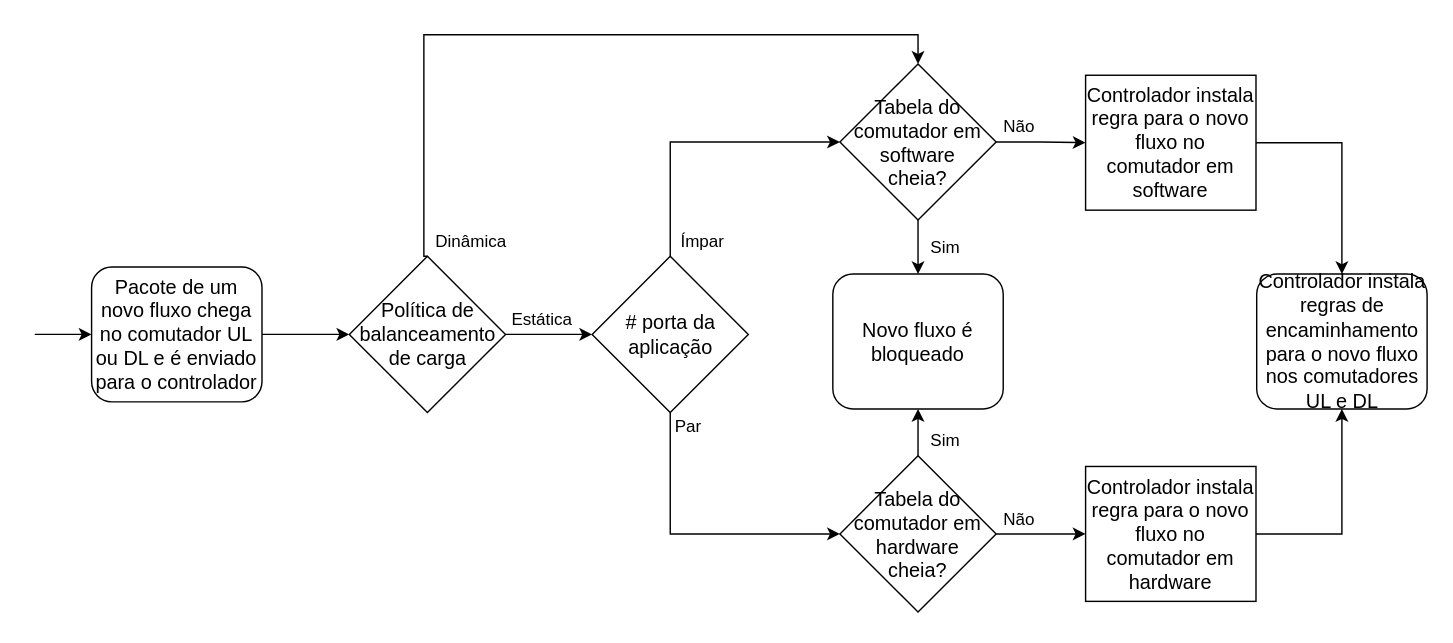
Before: Scripts/Fluxogramas/fluxoPoliticas.drawio in pedrobellotti/iperftestes, a draw.io diagram. Source tidied: cells renumbered, new cells numbered last; positions are measured from the earlier drawing's top-left corner, leaving out a move shared by most shapes. Both pictures are drawn from the tidied source at 142%, with x=0, y=0 at pixel (34, 34).
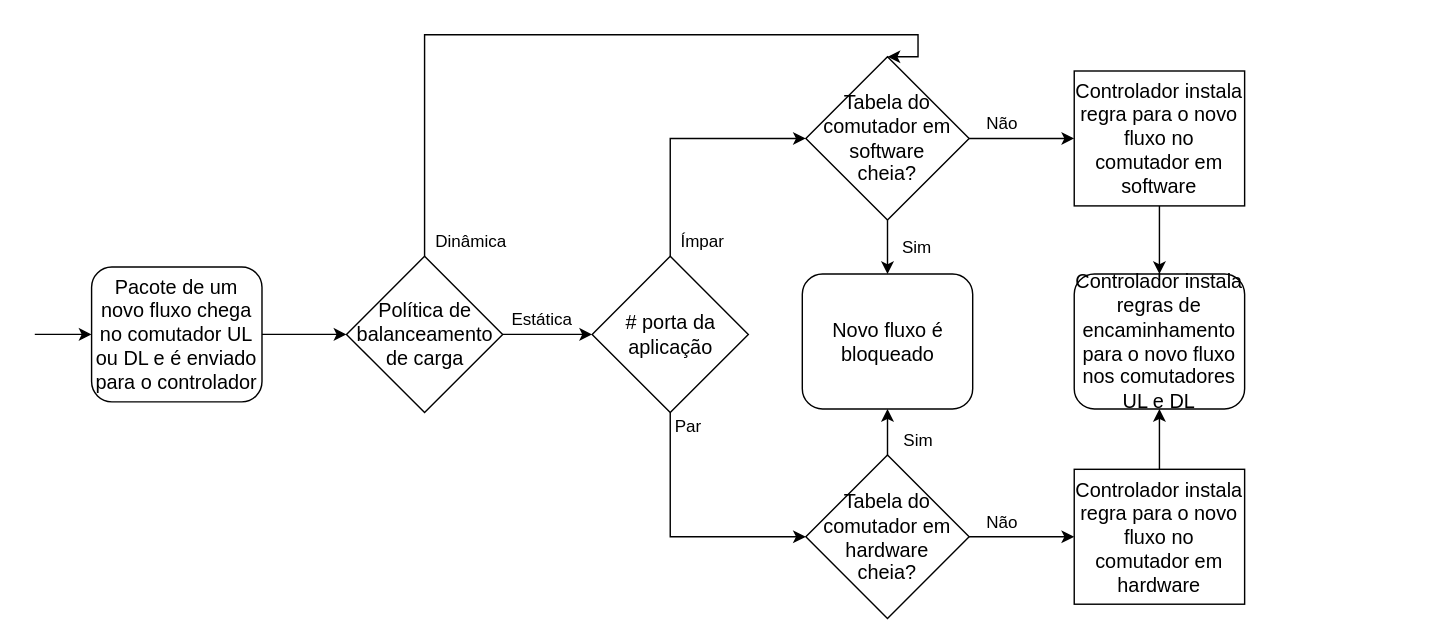
After the change.

Diff of the diagram source:
```diff
@@
     <mxCell id="6" value="&lt;div style=&quot;font-size: 14px&quot;&gt;&lt;font style=&quot;font-size: 14px&quot;&gt;Tabela do comutador em hardware &lt;br&gt;&lt;/font&gt;&lt;/div&gt;&lt;div style=&quot;font-size: 14px&quot;&gt;&lt;font style=&quot;font-size: 14px&quot;&gt;cheia?&lt;/font&gt;&lt;/div&gt;" style="rhombus;whiteSpace=wrap;html=1;direction=east;" parent="1" vertex="1">
-      <mxGeometry x="567" y="296.5" width="110" height="110" as="geometry" />
+      <mxGeometry x="543" y="296" width="115" height="115" as="geometry" />
     </mxCell>
@@
     <mxCell id="9" value="&lt;font style=&quot;font-size: 14px&quot;&gt;Novo fluxo é bloqueado&lt;/font&gt;" style="rounded=1;whiteSpace=wrap;html=1;direction=east;" parent="1" vertex="1">
-      <mxGeometry x="562" y="168.5" width="120" height="95" as="geometry" />
+      <mxGeometry x="540.5" y="168.5" width="120" height="95" as="geometry" />
     </mxCell>
-    <mxCell id="10" style="edgeStyle=orthogonalEdgeStyle;rounded=0;jettySize=auto;html=1;exitX=1;exitY=0.5;exitDx=0;exitDy=0;entryX=0.5;entryY=1;entryDx=0;entryDy=0;fillColor=#000000;" parent="1" edge="1" source="11" target="12">
+    <mxCell id="10" style="edgeStyle=orthogonalEdgeStyle;rounded=0;jettySize=auto;html=1;exitX=0.5;exitY=0;exitDx=0;exitDy=0;entryX=0.5;entryY=1;entryDx=0;entryDy=0;" parent="1" edge="1" source="11" target="12">
       <mxGeometry relative="1" as="geometry" />
     </mxCell>
     <mxCell id="11" value="&lt;font style=&quot;font-size: 14px&quot;&gt;Controlador instala regra para o novo fluxo no comutador em hardware&lt;/font&gt;" style="rounded=0;whiteSpace=wrap;html=1;direction=east;" parent="1" vertex="1">
-      <mxGeometry x="740" y="304" width="120" height="95" as="geometry" />
+      <mxGeometry x="732" y="306" width="120" height="95" as="geometry" />
     </mxCell>
     <mxCell id="12" value="&lt;font style=&quot;font-size: 14px&quot;&gt;Controlador instala regras de encaminhamento para o novo fluxo&lt;br&gt;nos comutadores&lt;br&gt;UL e DL&lt;/font&gt;" style="rounded=1;whiteSpace=wrap;html=1;direction=east;" parent="1" vertex="1">
-      <mxGeometry x="860.5" y="168.5" width="120" height="95" as="geometry" />
+      <mxGeometry x="732" y="168.5" width="120" height="95" as="geometry" />
     </mxCell>
     <mxCell id="13" value="Sim" style="text;html=1;align=center;verticalAlign=middle;" parent="1" vertex="1">
-      <mxGeometry x="620.5" y="276" width="40" height="20" as="geometry" />
+      <mxGeometry x="601.5" y="276" width="40" height="20" as="geometry" />
     </mxCell>
     <mxCell id="14" value="Não" style="text;html=1;align=center;verticalAlign=middle;" parent="1" vertex="1">
-      <mxGeometry x="673" y="331.5" width="40" height="20" as="geometry" />
+      <mxGeometry x="660.5" y="333.5" width="40" height="20" as="geometry" />
     </mxCell>
@@
     <mxCell id="17" value="&lt;div style=&quot;font-size: 14px&quot;&gt;&lt;font style=&quot;font-size: 14px&quot;&gt;Tabela do comutador em software&lt;br&gt;&lt;/font&gt;&lt;/div&gt;&lt;div style=&quot;font-size: 14px&quot;&gt;&lt;font style=&quot;font-size: 14px&quot;&gt;cheia?&lt;/font&gt;&lt;/div&gt;" style="rhombus;whiteSpace=wrap;html=1;direction=east;" parent="1" vertex="1">
-      <mxGeometry x="567" y="20.5" width="110" height="110" as="geometry" />
+      <mxGeometry x="543" y="15.5" width="115" height="115" as="geometry" />
     </mxCell>
     <mxCell id="18" value="Sim" style="text;html=1;align=center;verticalAlign=middle;" parent="1" vertex="1">
-      <mxGeometry x="620.5" y="139.5" width="40" height="20" as="geometry" />
+      <mxGeometry x="600.5" y="139.5" width="40" height="20" as="geometry" />
     </mxCell>
-    <mxCell id="19" style="edgeStyle=orthogonalEdgeStyle;rounded=0;jettySize=auto;html=1;exitX=1;exitY=0.5;exitDx=0;exitDy=0;entryX=0.5;entryY=0;entryDx=0;entryDy=0;fillColor=#000000;" parent="1" edge="1" source="20" target="12">
+    <mxCell id="19" style="edgeStyle=orthogonalEdgeStyle;rounded=0;jettySize=auto;html=1;exitX=0.5;exitY=1;exitDx=0;exitDy=0;entryX=0.5;entryY=0;entryDx=0;entryDy=0;" parent="1" edge="1" source="20" target="12">
       <mxGeometry relative="1" as="geometry" />
     </mxCell>
     <mxCell id="20" value="&lt;font style=&quot;font-size: 14px&quot;&gt;Controlador instala regra para o novo fluxo no comutador em software&lt;/font&gt;" style="rounded=0;whiteSpace=wrap;html=1;direction=east;" parent="1" vertex="1">
-      <mxGeometry x="740" y="28.5" width="120" height="95" as="geometry" />
+      <mxGeometry x="732" y="25.5" width="120" height="95" as="geometry" />
     </mxCell>
     <mxCell id="21" value="Não" style="text;html=1;align=center;verticalAlign=middle;" parent="1" vertex="1">
-      <mxGeometry x="673" y="55" width="40" height="20" as="geometry" />
+      <mxGeometry x="660.5" y="53" width="40" height="20" as="geometry" />
     </mxCell>
@@
     <mxCell id="27" value="&lt;font style=&quot;font-size: 14px&quot;&gt;Política de balanceamento&lt;br&gt;de carga&lt;/font&gt;" style="rhombus;whiteSpace=wrap;html=1;direction=east;" parent="1" vertex="1">
-      <mxGeometry x="221.5" y="156" width="110" height="110" as="geometry" />
+      <mxGeometry x="219.5" y="156" width="110" height="110" as="geometry" />
     </mxCell>
```
